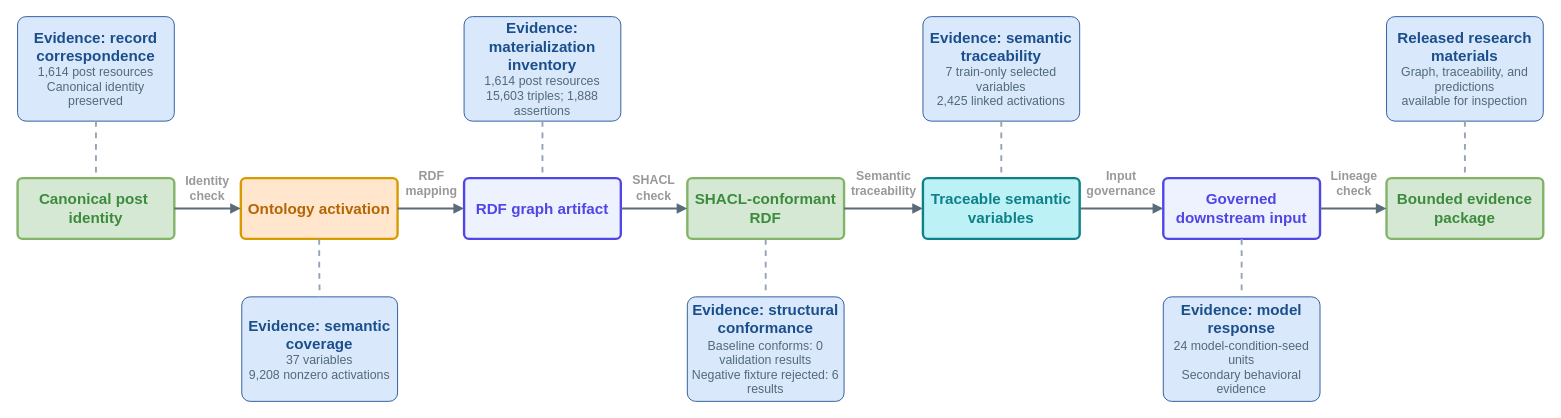
Earlier version of the draw.io diagram figures/source/fig_chain_governance_lineage_ledger.drawio (rickphd/semantic-artifact-continuity). Source tidied: cells renumbered, new cells numbered last; positions are measured from the earlier drawing's top-left corner, leaving out a move shared by most shapes. Both pictures are drawn from the tidied source at 95%, with x=0, y=0 at pixel (17, 16).
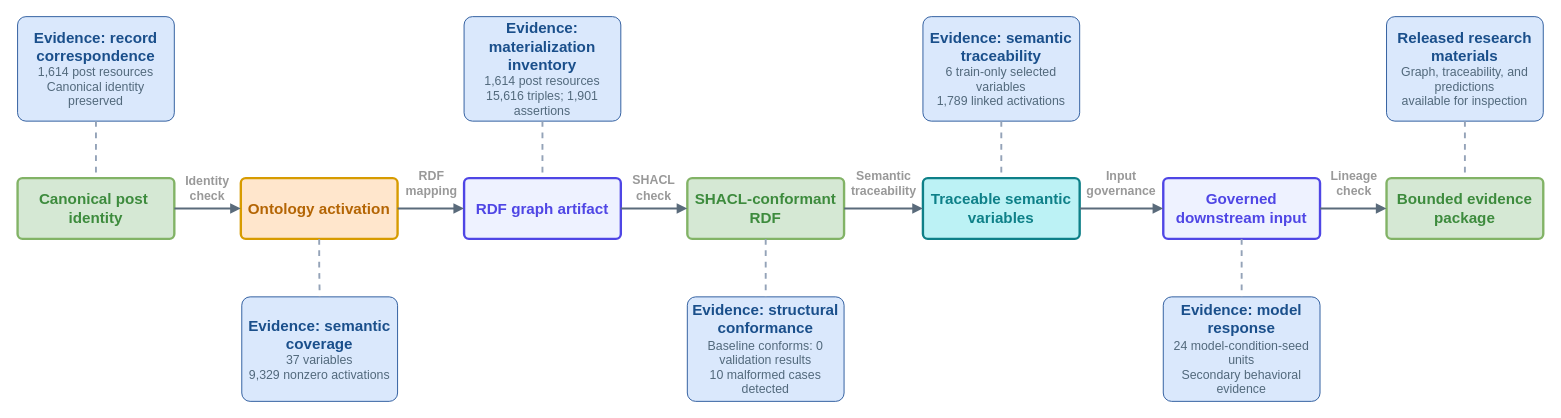
The same diagram, later.

Diff of the diagram source:
```diff
@@
-    <mxCell id="5" value="&lt;font style=&quot;font-size: 16px;&quot; color=&quot;#1A4F8B&quot;&gt;&lt;b style=&quot;&quot;&gt;Evidence: semantic coverage&lt;/b&gt;&lt;/font&gt;&lt;br&gt;&lt;font style=&quot;font-size: 13px;&quot; color=&quot;#52697c&quot;&gt;37 variables&lt;br&gt;9,208 nonzero activations&lt;/font&gt;" style="rounded=1;whiteSpace=wrap;html=1;arcSize=8;strokeWidth=1;fillColor=#DAE8FC;strokeColor=#2D5B9E;align=center;verticalAlign=middle;spacing=6;fontFamily=Helvetica;fontSize=11;" parent="1" vertex="1">
+    <mxCell id="5" value="&lt;font style=&quot;font-size: 16px;&quot; color=&quot;#1A4F8B&quot;&gt;&lt;b style=&quot;&quot;&gt;Evidence: semantic coverage&lt;/b&gt;&lt;/font&gt;&lt;br&gt;&lt;font style=&quot;font-size: 13px;&quot; color=&quot;#52697c&quot;&gt;37 variables&lt;br&gt;9,329 nonzero activations&lt;/font&gt;" style="rounded=1;whiteSpace=wrap;html=1;arcSize=8;strokeWidth=1;fillColor=#DAE8FC;strokeColor=#2D5B9E;align=center;verticalAlign=middle;spacing=6;fontFamily=Helvetica;fontSize=11;" parent="1" vertex="1">
       <mxGeometry x="236" y="295" width="164" height="110" as="geometry" />
     </mxCell>
@@
-    <mxCell id="7" value="&lt;font style=&quot;font-size: 16px;&quot; color=&quot;#1A4F8B&quot;&gt;&lt;b style=&quot;&quot;&gt;Evidence: materialization inventory&lt;/b&gt;&lt;/font&gt;&lt;br&gt;&lt;font style=&quot;font-size: 13px;&quot; color=&quot;#52697c&quot;&gt;1,614 post resources&lt;br&gt;15,603 triples; 1,888 assertions&lt;/font&gt;" style="rounded=1;whiteSpace=wrap;html=1;arcSize=8;strokeWidth=1;fillColor=#DAE8FC;strokeColor=#2D5B9E;align=center;verticalAlign=middle;spacing=6;fontFamily=Helvetica;fontSize=11;" parent="1" vertex="1">
+    <mxCell id="7" value="&lt;font style=&quot;font-size: 16px;&quot; color=&quot;#1A4F8B&quot;&gt;&lt;b style=&quot;&quot;&gt;Evidence: materialization inventory&lt;/b&gt;&lt;/font&gt;&lt;br&gt;&lt;font style=&quot;font-size: 13px;&quot; color=&quot;#52697c&quot;&gt;1,614 post resources&lt;br&gt;15,616 triples; 1,901 assertions&lt;/font&gt;" style="rounded=1;whiteSpace=wrap;html=1;arcSize=8;strokeWidth=1;fillColor=#DAE8FC;strokeColor=#2D5B9E;align=center;verticalAlign=middle;spacing=6;fontFamily=Helvetica;fontSize=11;" parent="1" vertex="1">
       <mxGeometry x="470" width="165" height="110" as="geometry" />
     </mxCell>
@@
-    <mxCell id="9" value="&lt;font style=&quot;font-size: 16px;&quot; color=&quot;#1A4F8B&quot;&gt;&lt;b style=&quot;&quot;&gt;Evidence: structural conformance&lt;/b&gt;&lt;/font&gt;&lt;br&gt;&lt;font style=&quot;font-size: 13px;&quot; color=&quot;#52697c&quot;&gt;Baseline conforms: 0 validation results&lt;br&gt;Negative fixture rejected: 6 results&lt;/font&gt;" style="rounded=1;whiteSpace=wrap;html=1;arcSize=8;strokeWidth=1;fillColor=#DAE8FC;strokeColor=#2D5B9E;align=center;verticalAlign=middle;spacing=6;fontFamily=Helvetica;fontSize=11;" parent="1" vertex="1">
+    <mxCell id="9" value="&lt;font style=&quot;font-size: 16px;&quot; color=&quot;#1A4F8B&quot;&gt;&lt;b style=&quot;&quot;&gt;Evidence: structural conformance&lt;/b&gt;&lt;/font&gt;&lt;br&gt;&lt;font style=&quot;font-size: 13px;&quot; color=&quot;#52697c&quot;&gt;Baseline conforms: 0 validation results&lt;br&gt;10 malformed cases detected&lt;/font&gt;" style="rounded=1;whiteSpace=wrap;html=1;arcSize=8;strokeWidth=1;fillColor=#DAE8FC;strokeColor=#2D5B9E;align=center;verticalAlign=middle;spacing=6;fontFamily=Helvetica;fontSize=11;" parent="1" vertex="1">
       <mxGeometry x="705" y="295" width="165" height="110" as="geometry" />
     </mxCell>
@@
-    <mxCell id="11" value="&lt;font style=&quot;font-size: 16px;&quot; color=&quot;#1A4F8B&quot;&gt;&lt;b style=&quot;&quot;&gt;Evidence: semantic traceability&lt;/b&gt;&lt;/font&gt;&lt;br&gt;&lt;font style=&quot;font-size: 13px;&quot; color=&quot;#52697c&quot;&gt;7 train-only selected variables&lt;br&gt;2,425 linked activations&lt;/font&gt;" style="rounded=1;whiteSpace=wrap;html=1;arcSize=8;strokeWidth=1;fillColor=#DAE8FC;strokeColor=#2D5B9E;align=center;verticalAlign=middle;spacing=6;fontFamily=Helvetica;fontSize=11;" parent="1" vertex="1">
+    <mxCell id="11" value="&lt;font style=&quot;font-size: 16px;&quot; color=&quot;#1A4F8B&quot;&gt;&lt;b style=&quot;&quot;&gt;Evidence: semantic traceability&lt;/b&gt;&lt;/font&gt;&lt;br&gt;&lt;font style=&quot;font-size: 13px;&quot; color=&quot;#52697c&quot;&gt;6 train-only selected variables&lt;br&gt;1,789 linked activations&lt;/font&gt;" style="rounded=1;whiteSpace=wrap;html=1;arcSize=8;strokeWidth=1;fillColor=#DAE8FC;strokeColor=#2D5B9E;align=center;verticalAlign=middle;spacing=6;fontFamily=Helvetica;fontSize=11;" parent="1" vertex="1">
       <mxGeometry x="953" width="165" height="110" as="geometry" />
     </mxCell>
```
